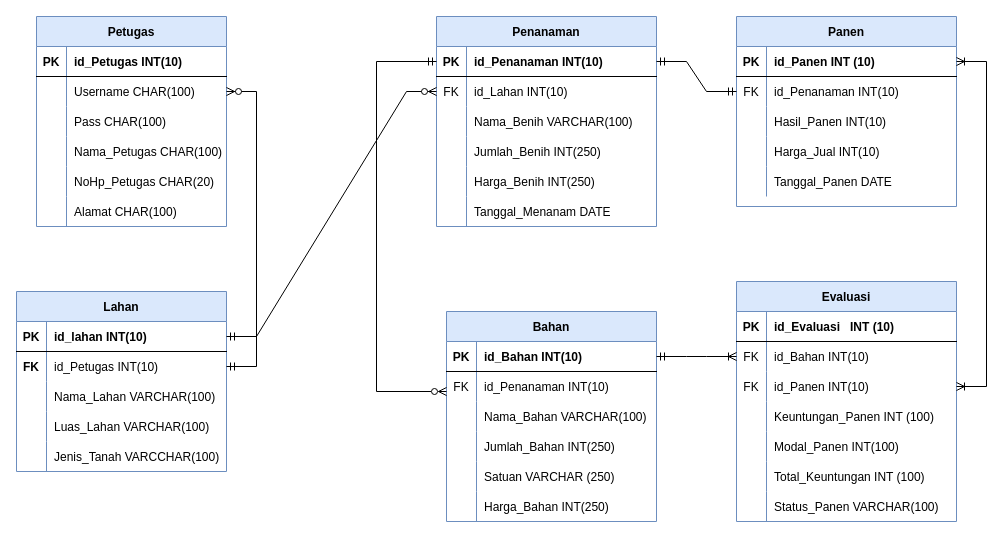
Earlier version of the draw.io diagram pertemuan 3/Pertemuan 3.drawio (ramabhagadhara/IF214002). Source tidied: cells renumbered, new cells numbered last; positions are measured from the earlier drawing's top-left corner, leaving out a move shared by most shapes. Both pictures are drawn from the tidied source at 100%, with x=0, y=0 at pixel (16, 16).
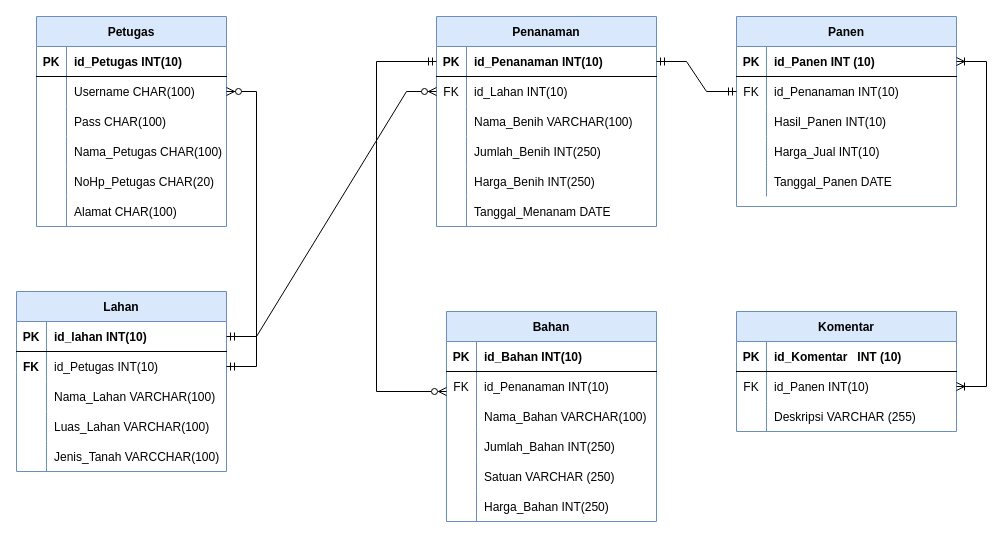
The same diagram, later.

The change refers to these unchanged cells:
```xml
<mxCell id="57" style="shape=tableRow;horizontal=0;startSize=0;swimlaneHead=0;swimlaneBody=0;fillColor=none;points=[[0,0.5],[1,0.5]];portConstraint=eastwest;top=0;left=0;right=0;bottom=1;" parent="56" vertex="1">
  <mxGeometry y="30" width="210" height="30" as="geometry" />
</mxCell>
<mxCell id="76" style="shape=tableRow;horizontal=0;startSize=0;swimlaneHead=0;swimlaneBody=0;fillColor=none;top=0;left=0;right=0;bottom=1;" parent="75" vertex="1">
  <mxGeometry y="30" width="220" height="30" as="geometry" />
</mxCell>
```

Diff of the diagram source:
```diff
@@
-    <mxCell id="75" value="Evaluasi" style="shape=table;startSize=30;childLayout=tableLayout;rowLines=0;fontStyle=1;align=center;fillColor=#dae8fc;strokeColor=#6c8ebf;" parent="1" vertex="1">
-      <mxGeometry x="720" y="265" width="220" height="240" as="geometry" />
+    <mxCell id="75" value="Komentar" style="shape=table;startSize=30;childLayout=tableLayout;rowLines=0;fontStyle=1;align=center;fillColor=#dae8fc;strokeColor=#6c8ebf;" parent="1" vertex="1">
+      <mxGeometry x="720" y="295" width="220" height="120" as="geometry" />
     </mxCell>
@@
-    <mxCell id="78" value="id_Evaluasi   INT (10)" style="shape=partialRectangle;fillColor=none;top=0;left=0;bottom=0;right=0;align=left;spacingLeft=6;fontStyle=1;overflow=hidden;" parent="76" vertex="1">
+    <mxCell id="78" value="id_Komentar   INT (10)" style="shape=partialRectangle;fillColor=none;top=0;left=0;bottom=0;right=0;align=left;spacingLeft=6;fontStyle=1;overflow=hidden;" parent="76" vertex="1">
       <mxGeometry x="30" width="190" height="30" as="geometry" />
     </mxCell>
-    <mxCell id="79" style="shape=tableRow;horizontal=0;startSize=0;swimlaneHead=0;swimlaneBody=0;fillColor=none;points=[[0,0.5],[1,0.5]];portConstraint=eastwest;top=0;left=0;right=0;bottom=0;" parent="75" vertex="1">
-      <mxGeometry y="60" width="220" height="30" as="geometry" />
-    </mxCell>
-    <mxCell id="80" value="FK" style="shape=partialRectangle;fillColor=none;top=0;left=0;bottom=0;right=0;overflow=hidden;" parent="79" vertex="1">
-      <mxGeometry width="30" height="30" as="geometry" />
-    </mxCell>
-    <mxCell id="81" value="id_Bahan INT(10)" style="shape=partialRectangle;fillColor=none;top=0;left=0;bottom=0;right=0;align=left;spacingLeft=6;overflow=hidden;" parent="79" vertex="1">
-      <mxGeometry x="30" width="190" height="30" as="geometry" />
-    </mxCell>
     <mxCell id="82" style="shape=tableRow;horizontal=0;startSize=0;swimlaneHead=0;swimlaneBody=0;fillColor=none;points=[[0,0.5],[1,0.5]];portConstraint=eastwest;top=0;left=0;right=0;bottom=0;" parent="75" vertex="1">
-      <mxGeometry y="90" width="220" height="30" as="geometry" />
+      <mxGeometry y="60" width="220" height="30" as="geometry" />
     </mxCell>
@@
     <mxCell id="85" style="shape=tableRow;horizontal=0;startSize=0;swimlaneHead=0;swimlaneBody=0;fillColor=none;top=0;left=0;right=0;bottom=0;" parent="75" vertex="1">
-      <mxGeometry y="120" width="220" height="30" as="geometry" />
+      <mxGeometry y="90" width="220" height="30" as="geometry" />
     </mxCell>
@@
-    <mxCell id="87" value="Keuntungan_Panen INT (100)" style="shape=partialRectangle;fillColor=none;top=0;left=0;bottom=0;right=0;align=left;spacingLeft=6;overflow=hidden;" parent="85" vertex="1">
+    <mxCell id="87" value="Deskripsi VARCHAR (255)" style="shape=partialRectangle;fillColor=none;top=0;left=0;bottom=0;right=0;align=left;spacingLeft=6;overflow=hidden;" parent="85" vertex="1">
       <mxGeometry x="30" width="190" height="30" as="geometry" />
     </mxCell>
-    <mxCell id="88" style="shape=tableRow;horizontal=0;startSize=0;swimlaneHead=0;swimlaneBody=0;fillColor=none;top=0;left=0;right=0;bottom=0;" parent="75" vertex="1">
-      <mxGeometry y="150" width="220" height="30" as="geometry" />
-    </mxCell>
-    <mxCell id="89" style="shape=partialRectangle;fillColor=none;top=0;left=0;bottom=0;right=0;overflow=hidden;" parent="88" vertex="1">
-      <mxGeometry width="30" height="30" as="geometry" />
-    </mxCell>
-    <mxCell id="90" value="Modal_Panen INT(100)" style="shape=partialRectangle;fillColor=none;top=0;left=0;bottom=0;right=0;align=left;spacingLeft=6;overflow=hidden;" parent="88" vertex="1">
-      <mxGeometry x="30" width="190" height="30" as="geometry" />
-    </mxCell>
-    <mxCell id="91" style="shape=tableRow;horizontal=0;startSize=0;swimlaneHead=0;swimlaneBody=0;fillColor=none;top=0;left=0;right=0;bottom=0;" parent="75" vertex="1">
-      <mxGeometry y="180" width="220" height="30" as="geometry" />
-    </mxCell>
-    <mxCell id="92" style="shape=partialRectangle;fillColor=none;top=0;left=0;bottom=0;right=0;overflow=hidden;" parent="91" vertex="1">
-      <mxGeometry width="30" height="30" as="geometry" />
-    </mxCell>
-    <mxCell id="93" value="Total_Keuntungan INT (100)" style="shape=partialRectangle;fillColor=none;top=0;left=0;bottom=0;right=0;align=left;spacingLeft=6;overflow=hidden;" parent="91" vertex="1">
-      <mxGeometry x="30" width="190" height="30" as="geometry" />
-    </mxCell>
-    <mxCell id="94" style="shape=tableRow;horizontal=0;startSize=0;swimlaneHead=0;swimlaneBody=0;fillColor=none;top=0;left=0;right=0;bottom=0;" parent="75" vertex="1">
-      <mxGeometry y="210" width="220" height="30" as="geometry" />
-    </mxCell>
-    <mxCell id="95" style="shape=partialRectangle;fillColor=none;top=0;left=0;bottom=0;right=0;overflow=hidden;" parent="94" vertex="1">
-      <mxGeometry width="30" height="30" as="geometry" />
-    </mxCell>
-    <mxCell id="96" value="Status_Panen VARCHAR(100)" style="shape=partialRectangle;fillColor=none;top=0;left=0;bottom=0;right=0;align=left;spacingLeft=6;overflow=hidden;" parent="94" vertex="1">
-      <mxGeometry x="30" width="190" height="30" as="geometry" />
-    </mxCell>
@@
-    <mxCell id="117" style="edgeStyle=entityRelationEdgeStyle;fontSize=12;html=1;endArrow=ERmandOne;endFill=0;startArrow=ERoneToMany;rounded=0;exitX=0;exitY=0.5;exitDx=0;exitDy=0;entryX=1;entryY=0.5;entryDx=0;entryDy=0;startFill=0;" parent="1" edge="1" source="79" target="57">
-      <mxGeometry relative="1" as="geometry" />
-    </mxCell>
```
